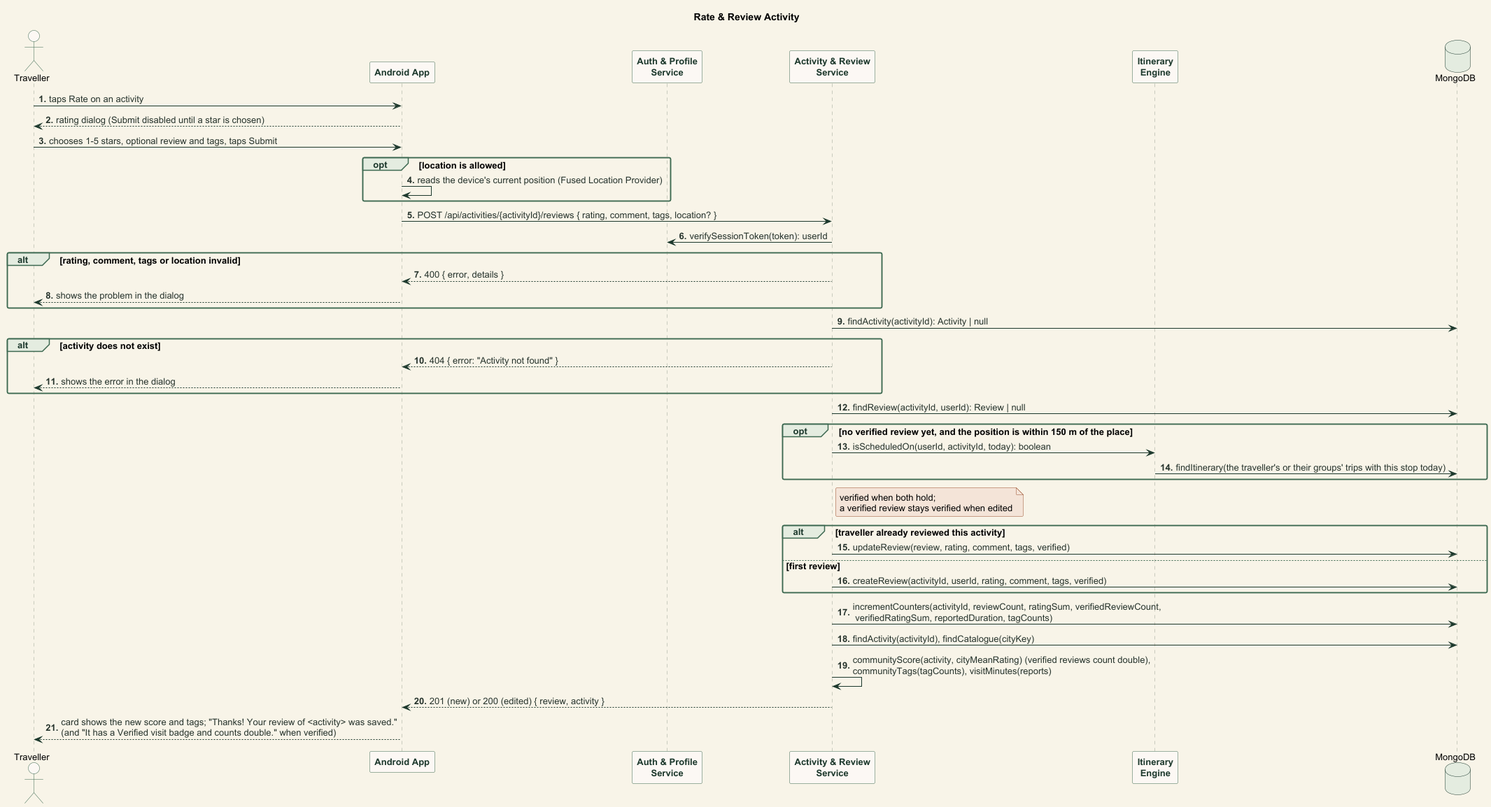
abhiverma13/TimeTravel keeps this PlantUML diagram as documentation/images/seq_rate_review_activity.png. Above is the earlier version.
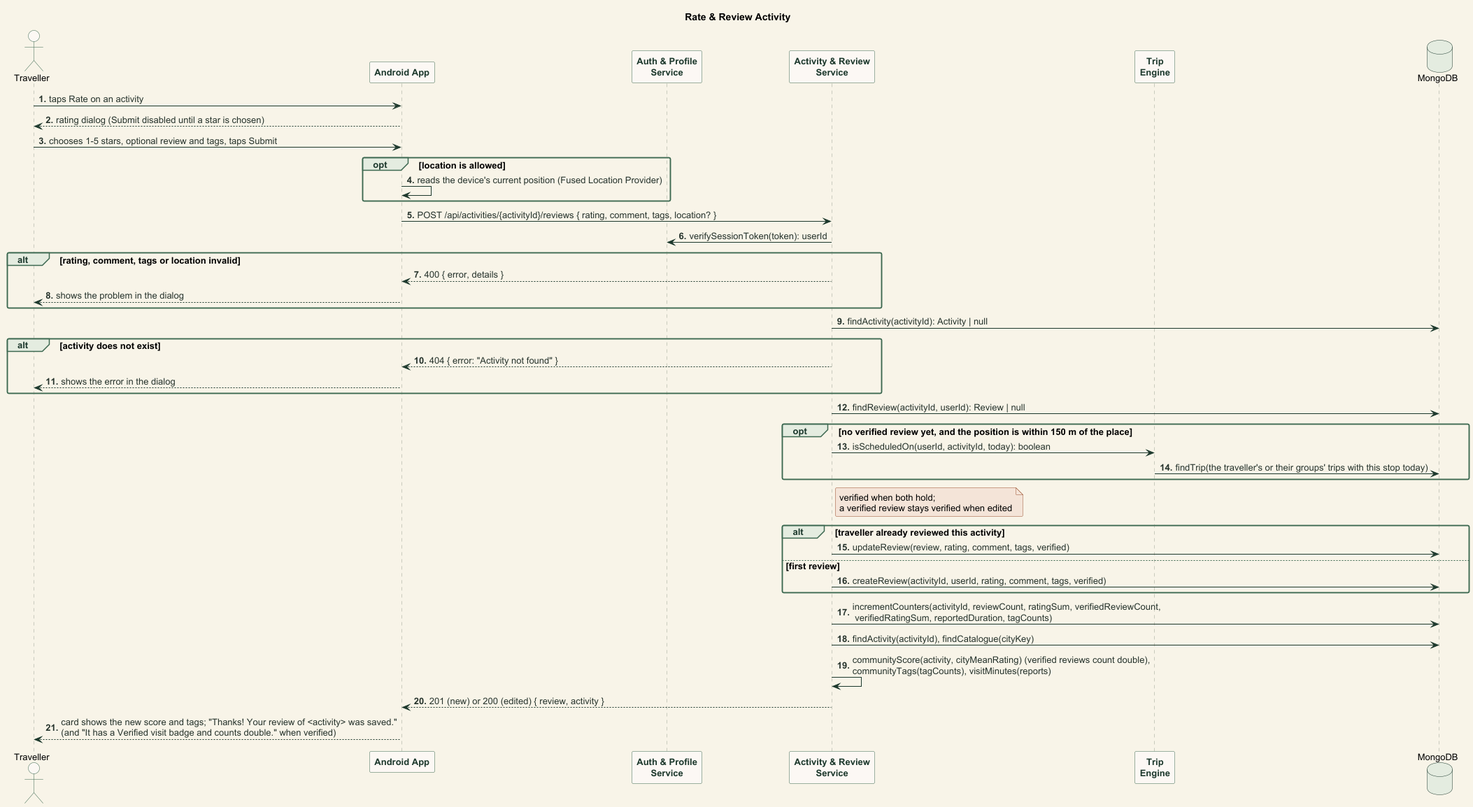
After the commit.

Diff of the diagram source:
```diff
@@ -6,7 +6,7 @@
 participant "Android App" as App
 participant "Auth & Profile\nService" as Auth
 participant "Activity & Review\nService" as Activities
-participant "Itinerary\nEngine" as Engine
+participant "Trip\nEngine" as Engine
 database MongoDB
 
 Traveller -> App : taps Rate on an activity
@@ -29,7 +29,7 @@
 Activities -> MongoDB : findReview(activityId, userId): Review | null
 opt no verified review yet, and the position is within 150 m of the place
   Activities -> Engine : isScheduledOn(userId, activityId, today): boolean
-  Engine -> MongoDB : findItinerary(the traveller's or their groups' trips with this stop today)
+  Engine -> MongoDB : findTrip(the traveller's or their groups' trips with this stop today)
 end
 note right of Activities : verified when both hold;\na verified review stays verified when edited
 alt traveller already reviewed this activity
```
